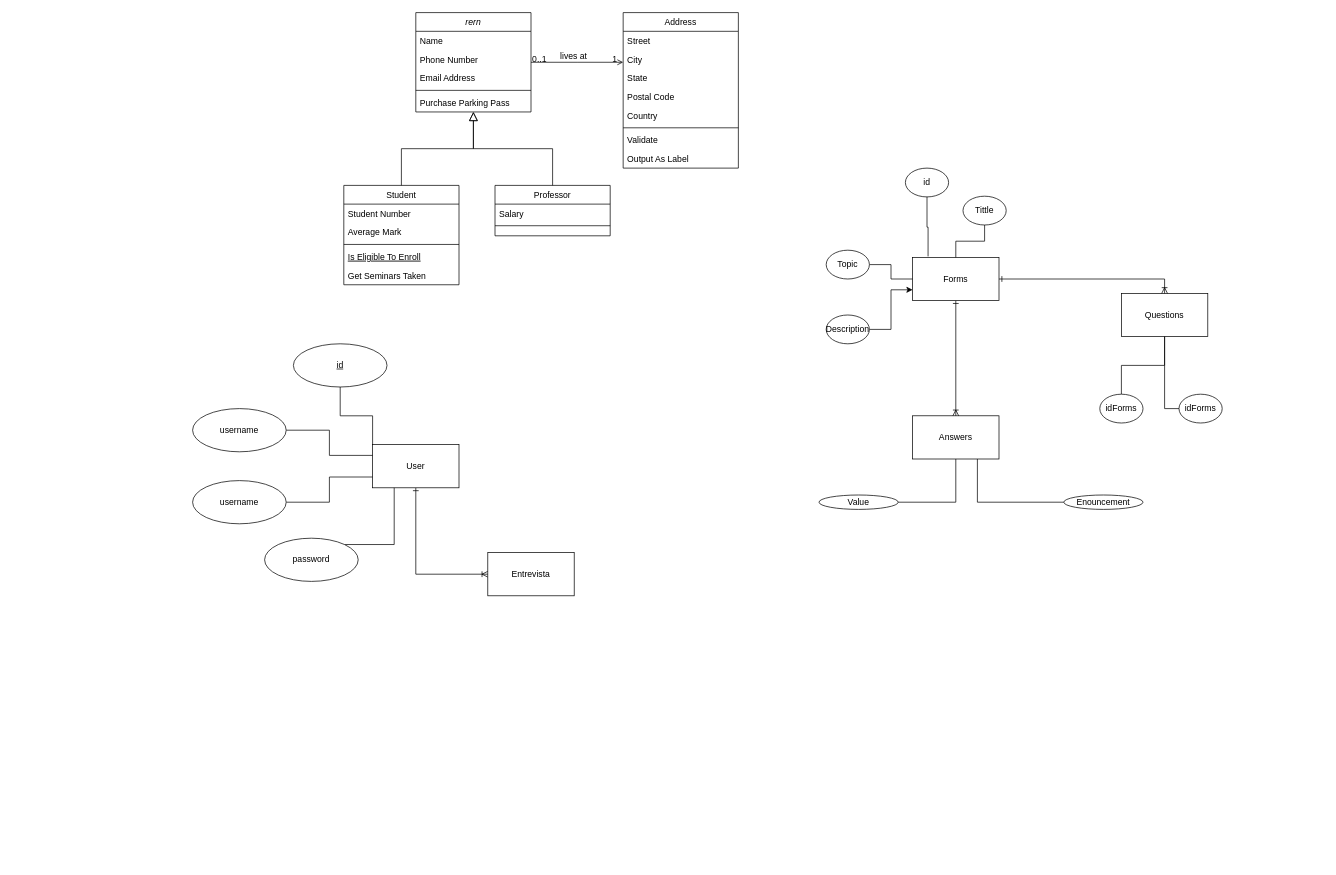
The draw.io diagram system_design_DB.drawio in JZane21/Framework-for-system-design-interviews, before the edit. Source tidied: cells renumbered, new cells numbered last; positions are measured from the earlier drawing's top-left corner, leaving out a move shared by most shapes. Both pictures are drawn from the tidied source at 72%, with x=0, y=0 at pixel (192, 12).
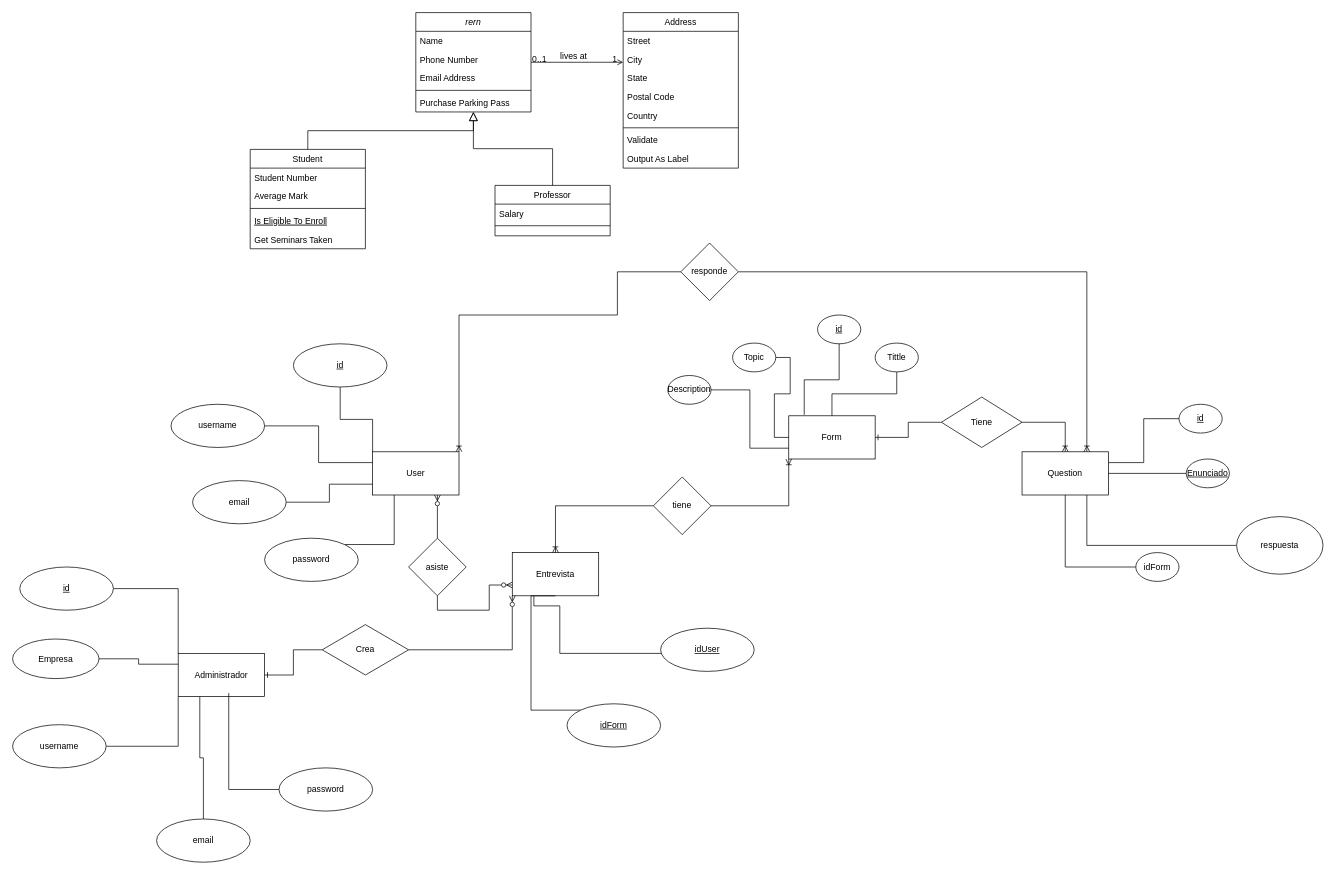
Above is the later version.

Diff of the diagram source:
```diff
@@
     <mxCell id="8" value="Student" style="swimlane;fontStyle=0;align=center;verticalAlign=top;horizontal=1;startSize=26;rounded=0;shadow=0;strokeWidth=1;" parent="1" vertex="1">
-      <mxGeometry x="210" y="240" width="160" height="138" as="geometry" />
+      <mxGeometry x="80" y="190" width="160" height="138" as="geometry" />
     </mxCell>
@@
-    <mxCell id="32" style="edgeStyle=orthogonalEdgeStyle;rounded=0;jettySize=auto;html=1;exitX=0.5;exitY=1;exitDx=0;exitDy=0;entryX=0;entryY=0.5;entryDx=0;entryDy=0;endArrow=ERoneToMany;endFill=0;startArrow=ERone;startFill=0;" parent="1" edge="1" source="34" target="55">
-      <mxGeometry relative="1" as="geometry" />
-    </mxCell>
-    <mxCell id="33" value="Answers" style="rounded=0;whiteSpace=wrap;html=1;" parent="1" vertex="1">
-      <mxGeometry x="1000" y="560" width="120" height="60" as="geometry" />
-    </mxCell>
     <mxCell id="34" value="User" style="rounded=0;whiteSpace=wrap;html=1;" parent="1" vertex="1">
-      <mxGeometry x="250" y="600" width="120" height="60" as="geometry" />
+      <mxGeometry x="250" y="610" width="120" height="60" as="geometry" />
     </mxCell>
+    <mxCell id="64" style="edgeStyle=orthogonalEdgeStyle;rounded=0;jettySize=auto;html=1;exitX=1;exitY=0.25;exitDx=0;exitDy=0;entryX=0;entryY=0.5;entryDx=0;entryDy=0;endArrow=none;endFill=0;" parent="1" edge="1" source="35" target="74">
+      <mxGeometry relative="1" as="geometry" />
+    </mxCell>
+    <mxCell id="65" style="edgeStyle=orthogonalEdgeStyle;rounded=0;jettySize=auto;html=1;exitX=0.75;exitY=1;exitDx=0;exitDy=0;entryX=0;entryY=0.5;entryDx=0;entryDy=0;endArrow=none;endFill=0;" parent="1" edge="1" source="35" target="89">
+      <mxGeometry relative="1" as="geometry" />
+    </mxCell>
-    <mxCell id="35" value="Questions" style="rounded=0;whiteSpace=wrap;html=1;" parent="1" vertex="1">
-      <mxGeometry x="1290" y="390" width="120" height="60" as="geometry" />
+    <mxCell id="35" value="Question" style="rounded=0;whiteSpace=wrap;html=1;" parent="1" vertex="1">
+      <mxGeometry x="1152" y="610" width="120" height="60" as="geometry" />
     </mxCell>
@@
-    <mxCell id="37" style="edgeStyle=orthogonalEdgeStyle;rounded=0;jettySize=auto;html=1;entryX=0.5;entryY=0;entryDx=0;entryDy=0;endArrow=ERoneToMany;endFill=0;startArrow=ERone;startFill=0;" parent="1" edge="1" source="39" target="33">
-      <mxGeometry relative="1" as="geometry" />
-    </mxCell>
@@
-    <mxCell id="39" value="Forms" style="rounded=0;whiteSpace=wrap;html=1;" parent="1" vertex="1">
-      <mxGeometry x="1000" y="340" width="120" height="60" as="geometry" />
+    <mxCell id="39" value="Form" style="rounded=0;whiteSpace=wrap;html=1;" parent="1" vertex="1">
+      <mxGeometry x="828" y="560" width="120" height="60" as="geometry" />
     </mxCell>
@@
-    <mxCell id="41" style="edgeStyle=orthogonalEdgeStyle;rounded=0;jettySize=auto;html=1;entryX=0.5;entryY=0;entryDx=0;entryDy=0;endArrow=ERoneToMany;endFill=0;startArrow=ERone;startFill=0;" parent="1" edge="1" source="39" target="35">
-      <mxGeometry relative="1" as="geometry" />
-    </mxCell>
@@
-    <mxCell id="43" style="edgeStyle=orthogonalEdgeStyle;rounded=0;jettySize=auto;html=1;entryX=0.75;entryY=1;entryDx=0;entryDy=0;endArrow=none;endFill=0;" parent="1" edge="1" source="44" target="33">
-      <mxGeometry relative="1" as="geometry" />
-    </mxCell>
-    <mxCell id="44" value="Enouncement" style="ellipse;whiteSpace=wrap;html=1;" parent="1" vertex="1">
-      <mxGeometry x="1210" y="670" width="110" height="20" as="geometry" />
-    </mxCell>
@@
-    <mxCell id="46" style="edgeStyle=orthogonalEdgeStyle;rounded=0;jettySize=auto;html=1;endArrow=none;endFill=0;" parent="1" edge="1" source="47">
-      <mxGeometry relative="1" as="geometry">
-        <mxPoint x="1350" y="450" as="targetPoint" />
-      </mxGeometry>
-    </mxCell>
-    <mxCell id="47" value="idForms" style="ellipse;whiteSpace=wrap;html=1;" parent="1" vertex="1">
-      <mxGeometry x="1370" y="530" width="60" height="40" as="geometry" />
-    </mxCell>
-    <mxCell id="48" value="username" style="ellipse;whiteSpace=wrap;html=1;" parent="1" vertex="1">
+    <mxCell id="48" value="email" style="ellipse;whiteSpace=wrap;html=1;" parent="1" vertex="1">
       <mxGeometry y="650" width="130" height="60" as="geometry" />
     </mxCell>
@@
-    <mxCell id="51" value="idForms" style="ellipse;whiteSpace=wrap;html=1;" parent="1" vertex="1">
-      <mxGeometry x="1260" y="530" width="60" height="40" as="geometry" />
+    <mxCell id="51" value="idForm" style="ellipse;whiteSpace=wrap;html=1;" parent="1" vertex="1">
+      <mxGeometry x="1310" y="750" width="60" height="40" as="geometry" />
     </mxCell>
     <mxCell id="52" value="username" style="ellipse;whiteSpace=wrap;html=1;" parent="1" vertex="1">
-      <mxGeometry y="550" width="130" height="60" as="geometry" />
+      <mxGeometry x="-30" y="544" width="130" height="60" as="geometry" />
     </mxCell>
-    <mxCell id="53" style="edgeStyle=orthogonalEdgeStyle;rounded=0;jettySize=auto;html=1;entryX=0.5;entryY=1;entryDx=0;entryDy=0;endArrow=none;endFill=0;" parent="1" edge="1" source="54" target="33">
-      <mxGeometry relative="1" as="geometry" />
-    </mxCell>
-    <mxCell id="54" value="Value" style="ellipse;whiteSpace=wrap;html=1;" parent="1" vertex="1">
-      <mxGeometry x="870" y="670" width="110" height="20" as="geometry" />
-    </mxCell>
     <mxCell id="55" value="Entrevista" style="rounded=0;whiteSpace=wrap;html=1;" parent="1" vertex="1">
-      <mxGeometry x="410" y="750" width="120" height="60" as="geometry" />
+      <mxGeometry x="444" y="750" width="120" height="60" as="geometry" />
     </mxCell>
+    <mxCell id="66" style="edgeStyle=orthogonalEdgeStyle;rounded=0;jettySize=auto;html=1;exitX=0.5;exitY=0;exitDx=0;exitDy=0;entryX=0.25;entryY=1;entryDx=0;entryDy=0;endArrow=none;endFill=0;" parent="1" edge="1" source="67" target="55">
+      <mxGeometry relative="1" as="geometry">
+        <Array as="points">
+          <mxPoint x="715" y="890" />
+          <mxPoint x="510" y="890" />
+          <mxPoint x="510" y="824" />
+        </Array>
+      </mxGeometry>
+    </mxCell>
-    <mxCell id="56" value="id" style="ellipse;whiteSpace=wrap;html=1;" parent="1" vertex="1">
-      <mxGeometry x="990" y="216" width="60" height="40" as="geometry" />
+    <mxCell id="56" value="&lt;u&gt;id&lt;/u&gt;" style="ellipse;whiteSpace=wrap;html=1;" parent="1" vertex="1">
+      <mxGeometry x="868" y="420" width="60" height="40" as="geometry" />
     </mxCell>
+    <mxCell id="67" value="&lt;u&gt;idUser&lt;/u&gt;" style="ellipse;whiteSpace=wrap;html=1;" parent="1" vertex="1">
+      <mxGeometry x="650" y="855" width="130" height="60" as="geometry" />
+    </mxCell>
@@
+    <mxCell id="68" style="edgeStyle=orthogonalEdgeStyle;rounded=0;jettySize=auto;html=1;exitX=0;exitY=0;exitDx=0;exitDy=0;entryX=0.5;entryY=1;entryDx=0;entryDy=0;endArrow=none;endFill=0;" parent="1" edge="1" source="69" target="55">
+      <mxGeometry relative="1" as="geometry">
+        <Array as="points">
+          <mxPoint x="470" y="969" />
+        </Array>
+      </mxGeometry>
+    </mxCell>
     <mxCell id="58" value="Tittle" style="ellipse;whiteSpace=wrap;html=1;" parent="1" vertex="1">
-      <mxGeometry x="1070" y="255" width="60" height="40" as="geometry" />
+      <mxGeometry x="948" y="459" width="60" height="40" as="geometry" />
     </mxCell>
+    <mxCell id="69" value="&lt;u&gt;idForm&lt;/u&gt;" style="ellipse;whiteSpace=wrap;html=1;" parent="1" vertex="1">
+      <mxGeometry x="520" y="960" width="130" height="60" as="geometry" />
+    </mxCell>
@@
+    <mxCell id="70" style="edgeStyle=orthogonalEdgeStyle;rounded=0;jettySize=auto;html=1;exitX=1;exitY=0.5;exitDx=0;exitDy=0;entryX=0;entryY=0.5;entryDx=0;entryDy=0;endArrow=none;endFill=0;startArrow=ERone;startFill=0;" parent="1" edge="1" source="71" target="73">
+      <mxGeometry relative="1" as="geometry" />
+    </mxCell>
     <mxCell id="60" value="Topic" style="ellipse;whiteSpace=wrap;html=1;" parent="1" vertex="1">
-      <mxGeometry x="880" y="330" width="60" height="40" as="geometry" />
+      <mxGeometry x="750" y="459" width="60" height="40" as="geometry" />
     </mxCell>
+    <mxCell id="71" value="Administrador" style="rounded=0;whiteSpace=wrap;html=1;" parent="1" vertex="1">
+      <mxGeometry x="-20" y="890" width="120" height="60" as="geometry" />
+    </mxCell>
@@
+    <mxCell id="72" style="edgeStyle=orthogonalEdgeStyle;rounded=0;jettySize=auto;html=1;exitX=1;exitY=0.5;exitDx=0;exitDy=0;entryX=0;entryY=1;entryDx=0;entryDy=0;endArrow=ERzeroToMany;endFill=0;" parent="1" edge="1" source="73" target="55">
+      <mxGeometry relative="1" as="geometry" />
+    </mxCell>
-    <mxCell id="62" style="edgeStyle=orthogonalEdgeStyle;rounded=0;jettySize=auto;html=1;entryX=0;entryY=0.75;entryDx=0;entryDy=0;" parent="1" edge="1" source="63" target="39">
+    <mxCell id="62" style="edgeStyle=orthogonalEdgeStyle;rounded=0;jettySize=auto;html=1;entryX=0;entryY=0.75;entryDx=0;entryDy=0;endArrow=none;endFill=0;" parent="1" edge="1" source="63" target="39">
       <mxGeometry relative="1" as="geometry" />
     </mxCell>
+    <mxCell id="73" value="Crea" style="rhombus;whiteSpace=wrap;html=1;" parent="1" vertex="1">
+      <mxGeometry x="180" y="850" width="120" height="70" as="geometry" />
+    </mxCell>
     <mxCell id="63" value="Description" style="ellipse;whiteSpace=wrap;html=1;" parent="1" vertex="1">
-      <mxGeometry x="880" y="420" width="60" height="40" as="geometry" />
+      <mxGeometry x="660" y="504" width="60" height="40" as="geometry" />
     </mxCell>
+    <mxCell id="74" value="&lt;u&gt;id&lt;/u&gt;" style="ellipse;whiteSpace=wrap;html=1;" parent="1" vertex="1">
+      <mxGeometry x="1370" y="544" width="60" height="40" as="geometry" />
+    </mxCell>
+    <mxCell id="75" style="edgeStyle=orthogonalEdgeStyle;rounded=0;jettySize=auto;html=1;exitX=0;exitY=0.5;exitDx=0;exitDy=0;endArrow=none;endFill=0;" parent="1" edge="1" source="76" target="35">
+      <mxGeometry relative="1" as="geometry" />
+    </mxCell>
+    <mxCell id="76" value="&lt;u&gt;Enunciado&lt;/u&gt;" style="ellipse;whiteSpace=wrap;html=1;" parent="1" vertex="1">
+      <mxGeometry x="1380" y="620" width="60" height="40" as="geometry" />
+    </mxCell>
+    <mxCell id="77" style="edgeStyle=orthogonalEdgeStyle;rounded=0;jettySize=auto;html=1;exitX=1;exitY=0.5;exitDx=0;exitDy=0;entryX=0.5;entryY=0;entryDx=0;entryDy=0;endArrow=ERoneToMany;endFill=0;" parent="1" edge="1" source="79" target="35">
+      <mxGeometry relative="1" as="geometry" />
+    </mxCell>
+    <mxCell id="78" style="edgeStyle=orthogonalEdgeStyle;rounded=0;jettySize=auto;html=1;exitX=0;exitY=0.5;exitDx=0;exitDy=0;entryX=1;entryY=0.5;entryDx=0;entryDy=0;endArrow=ERone;endFill=0;" parent="1" edge="1" source="79" target="39">
+      <mxGeometry relative="1" as="geometry" />
+    </mxCell>
+    <mxCell id="79" value="Tiene" style="rhombus;whiteSpace=wrap;html=1;" parent="1" vertex="1">
+      <mxGeometry x="1040" y="534" width="112" height="70" as="geometry" />
+    </mxCell>
+    <mxCell id="80" style="edgeStyle=orthogonalEdgeStyle;rounded=0;jettySize=auto;html=1;exitX=0.5;exitY=1;exitDx=0;exitDy=0;entryX=0;entryY=0.75;entryDx=0;entryDy=0;endArrow=ERzeroToMany;endFill=0;" parent="1" edge="1" source="82" target="55">
+      <mxGeometry relative="1" as="geometry" />
+    </mxCell>
+    <mxCell id="81" style="edgeStyle=orthogonalEdgeStyle;rounded=0;jettySize=auto;html=1;exitX=0.5;exitY=0;exitDx=0;exitDy=0;entryX=0.75;entryY=1;entryDx=0;entryDy=0;endArrow=ERzeroToMany;endFill=0;" parent="1" edge="1" source="82" target="34">
+      <mxGeometry relative="1" as="geometry" />
+    </mxCell>
+    <mxCell id="82" value="asiste" style="rhombus;whiteSpace=wrap;html=1;" parent="1" vertex="1">
+      <mxGeometry x="300" y="730" width="80" height="80" as="geometry" />
+    </mxCell>
+    <mxCell id="83" style="edgeStyle=orthogonalEdgeStyle;rounded=0;jettySize=auto;html=1;exitX=0;exitY=0.5;exitDx=0;exitDy=0;entryX=1;entryY=0;entryDx=0;entryDy=0;endArrow=ERoneToMany;endFill=0;" parent="1" edge="1" source="85" target="34">
+      <mxGeometry relative="1" as="geometry">
+        <Array as="points">
+          <mxPoint x="590" y="360" />
+          <mxPoint x="590" y="420" />
+          <mxPoint x="370" y="420" />
+        </Array>
+      </mxGeometry>
+    </mxCell>
+    <mxCell id="84" style="edgeStyle=orthogonalEdgeStyle;rounded=0;jettySize=auto;html=1;exitX=1;exitY=0.5;exitDx=0;exitDy=0;entryX=0.75;entryY=0;entryDx=0;entryDy=0;endArrow=ERoneToMany;endFill=0;" parent="1" edge="1" source="85" target="35">
+      <mxGeometry relative="1" as="geometry" />
+    </mxCell>
+    <mxCell id="85" value="responde" style="rhombus;whiteSpace=wrap;html=1;" parent="1" vertex="1">
+      <mxGeometry x="678" y="320" width="80" height="80" as="geometry" />
+    </mxCell>
+    <mxCell id="86" style="edgeStyle=orthogonalEdgeStyle;rounded=0;jettySize=auto;html=1;exitX=0;exitY=0.5;exitDx=0;exitDy=0;entryX=0.5;entryY=0;entryDx=0;entryDy=0;endArrow=ERoneToMany;endFill=0;" parent="1" edge="1" source="88" target="55">
+      <mxGeometry relative="1" as="geometry" />
+    </mxCell>
+    <mxCell id="87" style="edgeStyle=orthogonalEdgeStyle;rounded=0;jettySize=auto;html=1;exitX=1;exitY=0.5;exitDx=0;exitDy=0;entryX=0;entryY=1;entryDx=0;entryDy=0;endArrow=ERoneToMany;endFill=0;" parent="1" edge="1" source="88" target="39">
+      <mxGeometry relative="1" as="geometry" />
+    </mxCell>
+    <mxCell id="88" value="tiene" style="rhombus;whiteSpace=wrap;html=1;" parent="1" vertex="1">
+      <mxGeometry x="640" y="645" width="80" height="80" as="geometry" />
+    </mxCell>
+    <mxCell id="89" value="respuesta" style="ellipse;whiteSpace=wrap;html=1;" parent="1" vertex="1">
+      <mxGeometry x="1450" y="700" width="120" height="80" as="geometry" />
+    </mxCell>
+    <mxCell id="90" style="edgeStyle=orthogonalEdgeStyle;rounded=0;jettySize=auto;html=1;exitX=1;exitY=0.5;exitDx=0;exitDy=0;entryX=0;entryY=0.25;entryDx=0;entryDy=0;endArrow=none;endFill=0;" parent="1" edge="1" source="91" target="71">
+      <mxGeometry relative="1" as="geometry" />
+    </mxCell>
+    <mxCell id="91" value="Empresa" style="ellipse;whiteSpace=wrap;html=1;" parent="1" vertex="1">
+      <mxGeometry x="-250" y="870" width="120" height="55" as="geometry" />
+    </mxCell>
+    <mxCell id="92" style="edgeStyle=orthogonalEdgeStyle;rounded=0;jettySize=auto;html=1;exitX=1;exitY=0.5;exitDx=0;exitDy=0;entryX=0;entryY=0;entryDx=0;entryDy=0;endArrow=none;endFill=0;" parent="1" edge="1" source="93" target="71">
+      <mxGeometry relative="1" as="geometry" />
+    </mxCell>
+    <mxCell id="93" value="&lt;u&gt;id&lt;/u&gt;" style="ellipse;whiteSpace=wrap;html=1;" parent="1" vertex="1">
+      <mxGeometry x="-240" y="770" width="130" height="60" as="geometry" />
+    </mxCell>
+    <mxCell id="94" style="edgeStyle=orthogonalEdgeStyle;rounded=0;jettySize=auto;html=1;exitX=1;exitY=0.5;exitDx=0;exitDy=0;entryX=0;entryY=1;entryDx=0;entryDy=0;endArrow=none;endFill=0;" parent="1" edge="1" source="95" target="71">
+      <mxGeometry relative="1" as="geometry" />
+    </mxCell>
+    <mxCell id="95" value="username" style="ellipse;whiteSpace=wrap;html=1;" parent="1" vertex="1">
+      <mxGeometry x="-250" y="989" width="130" height="60" as="geometry" />
+    </mxCell>
+    <mxCell id="96" style="edgeStyle=orthogonalEdgeStyle;rounded=0;jettySize=auto;html=1;exitX=0.5;exitY=0;exitDx=0;exitDy=0;entryX=0.25;entryY=1;entryDx=0;entryDy=0;endArrow=none;endFill=0;" parent="1" edge="1" source="97" target="71">
+      <mxGeometry relative="1" as="geometry" />
+    </mxCell>
+    <mxCell id="97" value="email" style="ellipse;whiteSpace=wrap;html=1;" parent="1" vertex="1">
+      <mxGeometry x="-50" y="1120" width="130" height="60" as="geometry" />
+    </mxCell>
+    <mxCell id="98" value="password" style="ellipse;whiteSpace=wrap;html=1;" parent="1" vertex="1">
+      <mxGeometry x="120" y="1049" width="130" height="60" as="geometry" />
+    </mxCell>
+    <mxCell id="99" style="edgeStyle=orthogonalEdgeStyle;rounded=0;jettySize=auto;html=1;exitX=0;exitY=0.5;exitDx=0;exitDy=0;entryX=0.585;entryY=0.918;entryDx=0;entryDy=0;entryPerimeter=0;endArrow=none;endFill=0;" parent="1" edge="1" source="98" target="71">
+      <mxGeometry relative="1" as="geometry" />
+    </mxCell>
```
